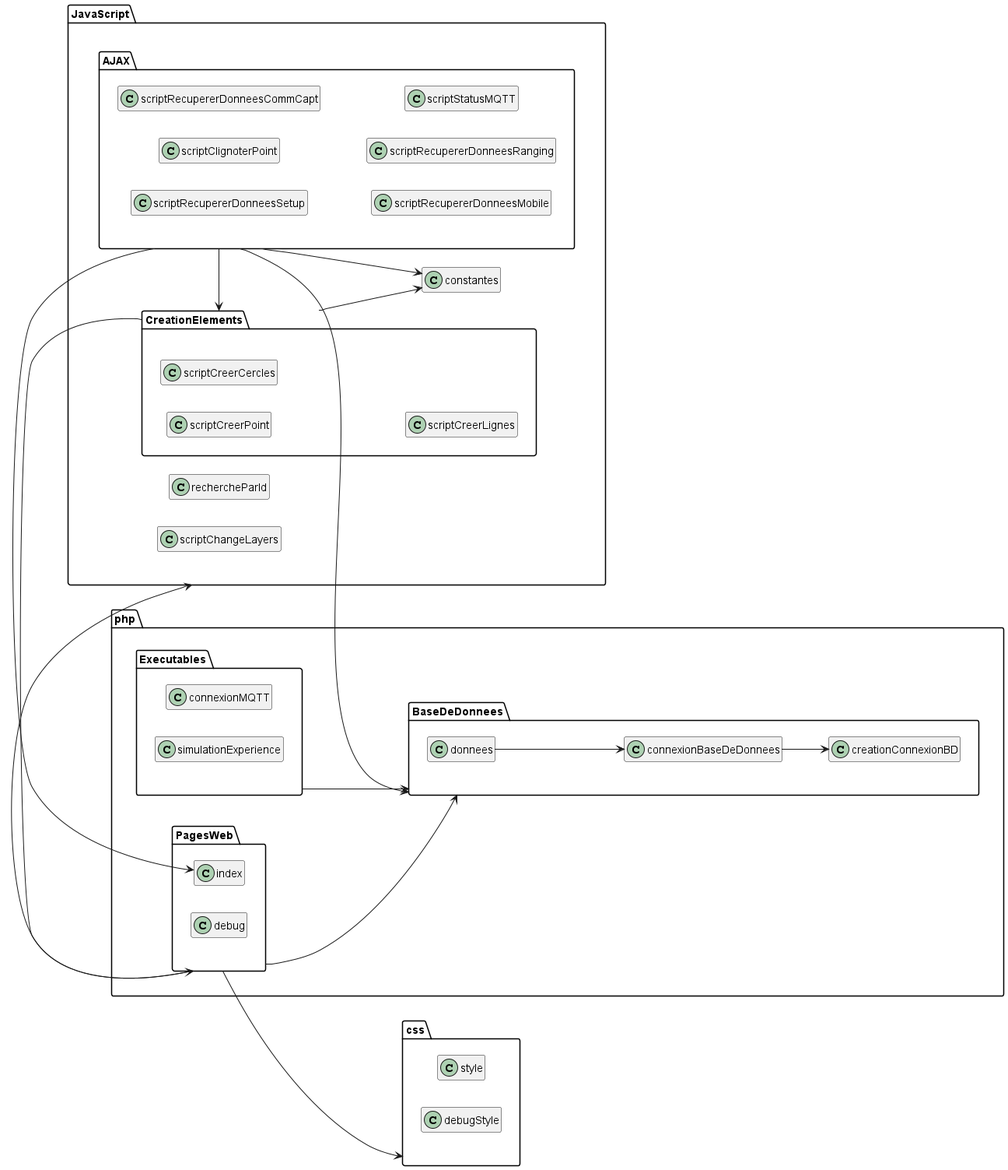
Before: Doc/img/Diagramme de classe locur4iot.png, a diagram exported from PlantUML (IUT-Blagnac/SAE-ALT-S3-Dev-23-24-LocURa-Equipe-3A04).
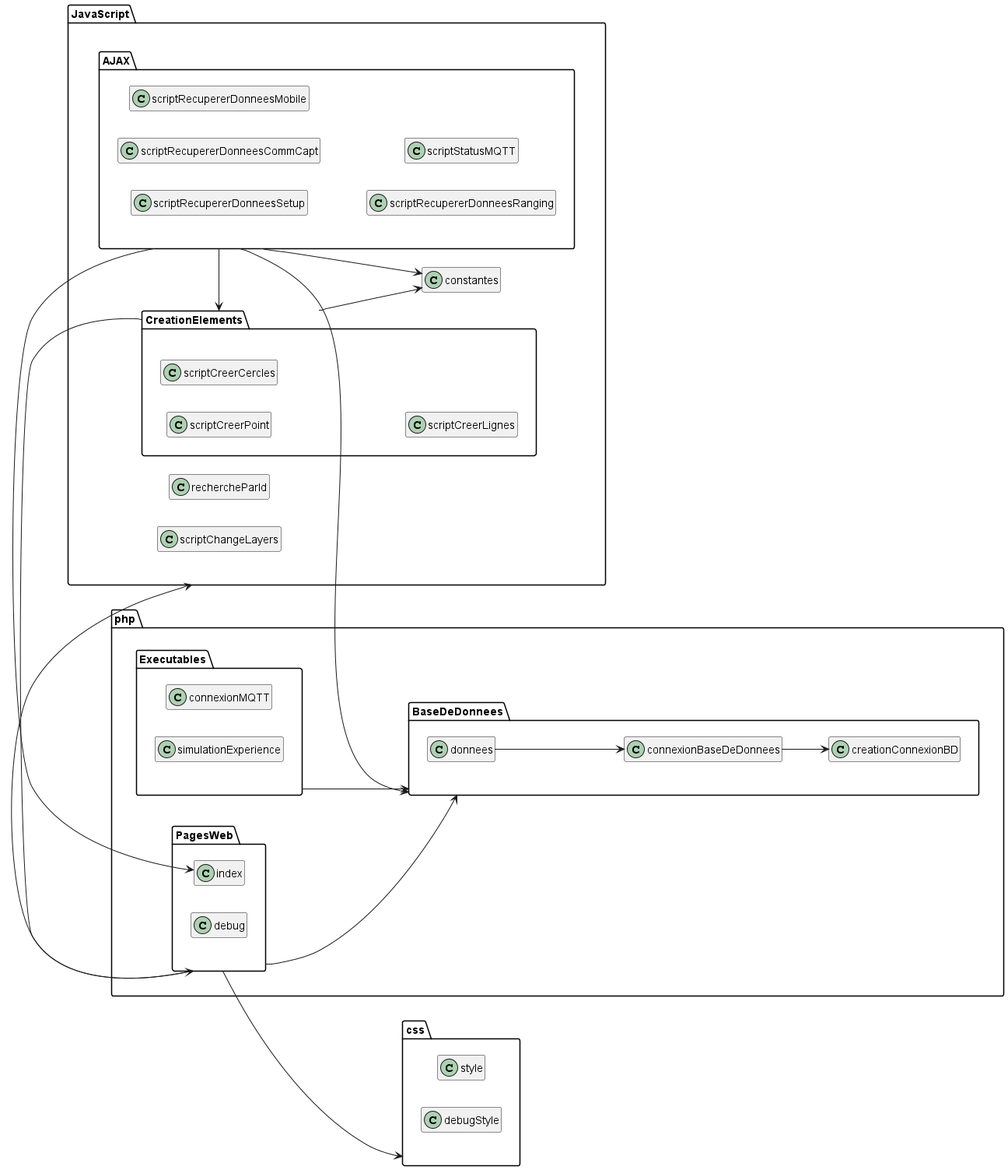
The same file after the commit.

Commit message:
Doc technique + update diag classe

Change to the diagram source:
```diff
@@ -32,7 +32,6 @@
 
     package AJAX {
         class scriptRecupererDonneesSetup
-        class scriptClignoterPoint
         class scriptRecupererDonneesCommCapt
         class scriptRecupererDonneesMobile
         class scriptRecupererDonneesRanging
```
